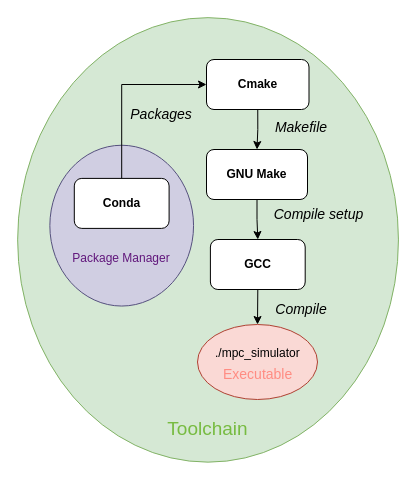
Earlier version of the draw.io diagram fig/lightweight toolchain.drawio (gotvinne/Light-weight-MPC). Source tidied: cells renumbered, new cells numbered last; positions are measured from the earlier drawing's top-left corner, leaving out a move shared by most shapes. Both pictures are drawn from the tidied source at 100%, with x=0, y=0 at pixel (-15, 49).
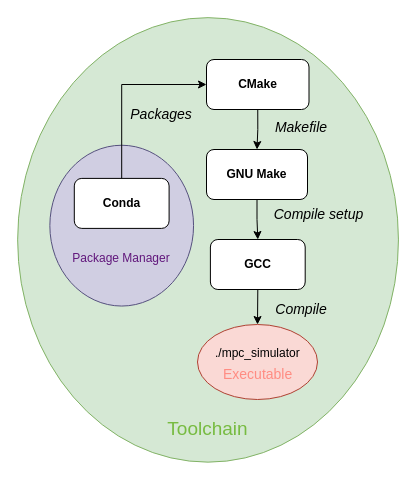
The same page after the edit.

Change to the diagram source:
```diff
@@
-    <mxCell id="4" value="&lt;b&gt;Cmake&lt;/b&gt;" style="rounded=1;whiteSpace=wrap;html=1;" parent="1" vertex="1">
+    <mxCell id="4" value="&lt;b&gt;CMake&lt;/b&gt;" style="rounded=1;whiteSpace=wrap;html=1;" parent="1" vertex="1">
       <mxGeometry x="221" y="10" width="102.5" height="50" as="geometry" />
     </mxCell>
```
